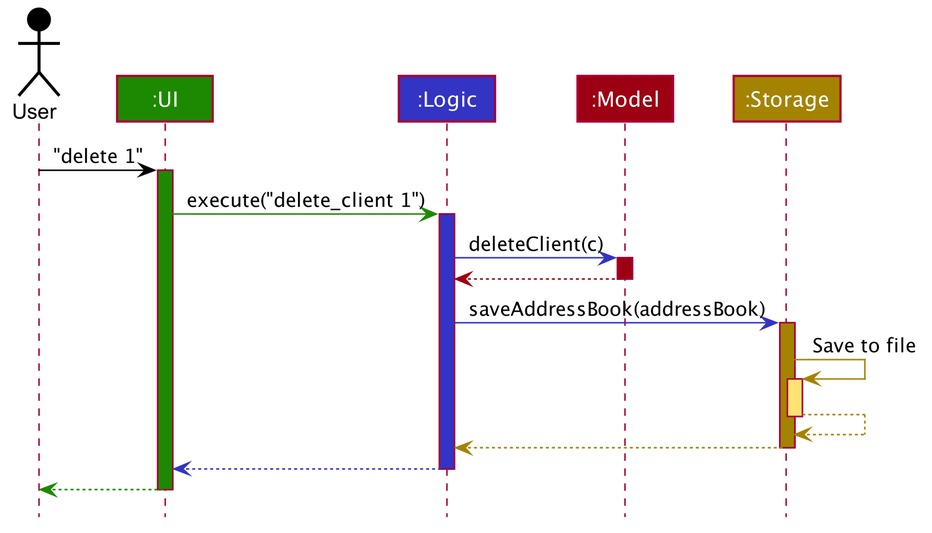
The PlantUML diagram docs/images/ArchitectureSequenceDiagram.png in ya0-yuan/tp, before a commit.
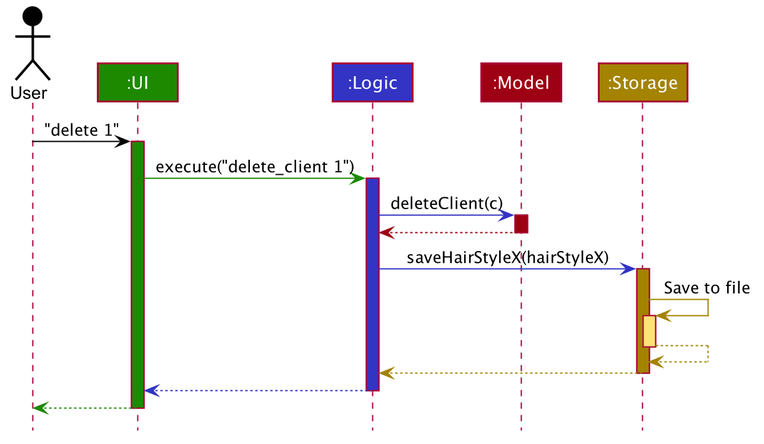
Above is the later version.

What changed in the source:
```diff
@@ -66,7 +66,7 @@
 model -[#9D0012]-> logic
 deactivate model
 
-logic -[#3333C4]> storage : saveAddressBook(addressBook)
+logic -[#3333C4]> storage : saveHairStyleX(hairStyleX)
 activate storage #A38300
 
 storage -[#A38300]> storage : Save to file
```
